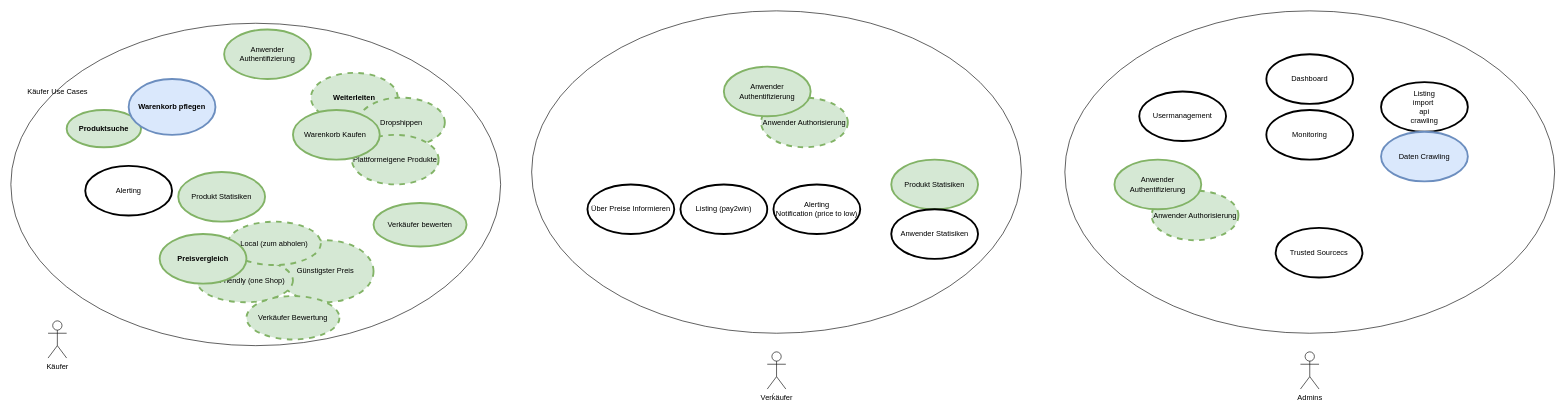
The draw.io diagram page "Usecases" (2 of 9) of diagrams.drawio in placom/docs, before the edit. Source tidied: cells renumbered, new cells numbered last; positions are measured from the earlier drawing's top-left corner, leaving out a move shared by most shapes. Both pictures are drawn from the tidied source at 62%, with x=0, y=0 at pixel (11, 11).
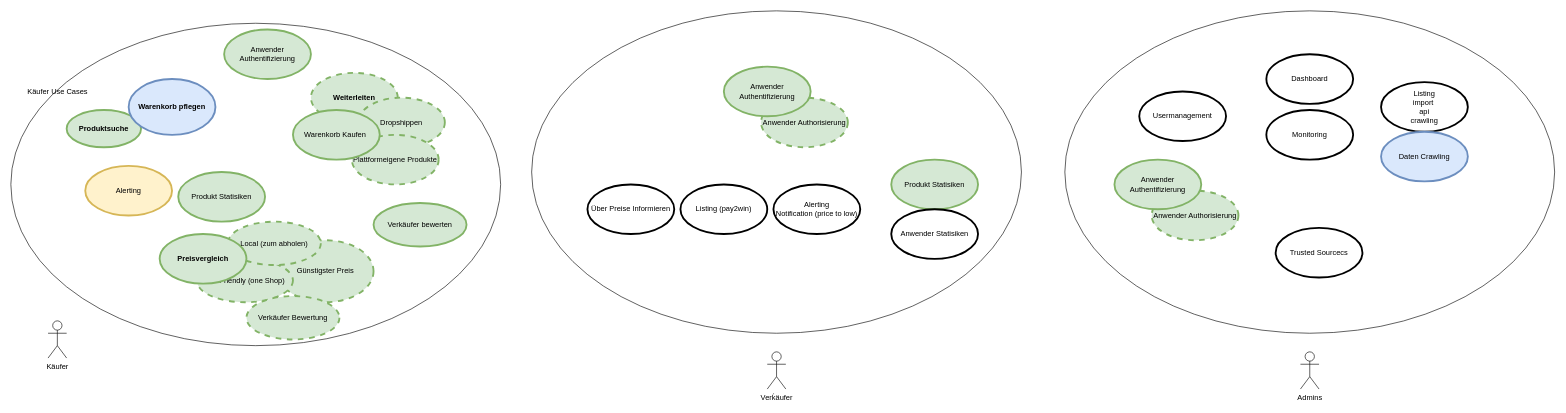
The same page after the edit.

What changed in the source:
```diff
@@
-    <mxCell id="25" value="Alerting" style="shape=ellipse;html=1;strokeWidth=3;fontStyle=0;whiteSpace=wrap;align=center;perimeter=ellipsePerimeter;" parent="1" vertex="1">
+    <mxCell id="25" value="Alerting" style="shape=ellipse;html=1;strokeWidth=3;fontStyle=0;whiteSpace=wrap;align=center;perimeter=ellipsePerimeter;fillColor=#fff2cc;strokeColor=#d6b656;" parent="1" vertex="1">
       <mxGeometry x="120" y="250" width="140" height="80" as="geometry" />
     </mxCell>
```
